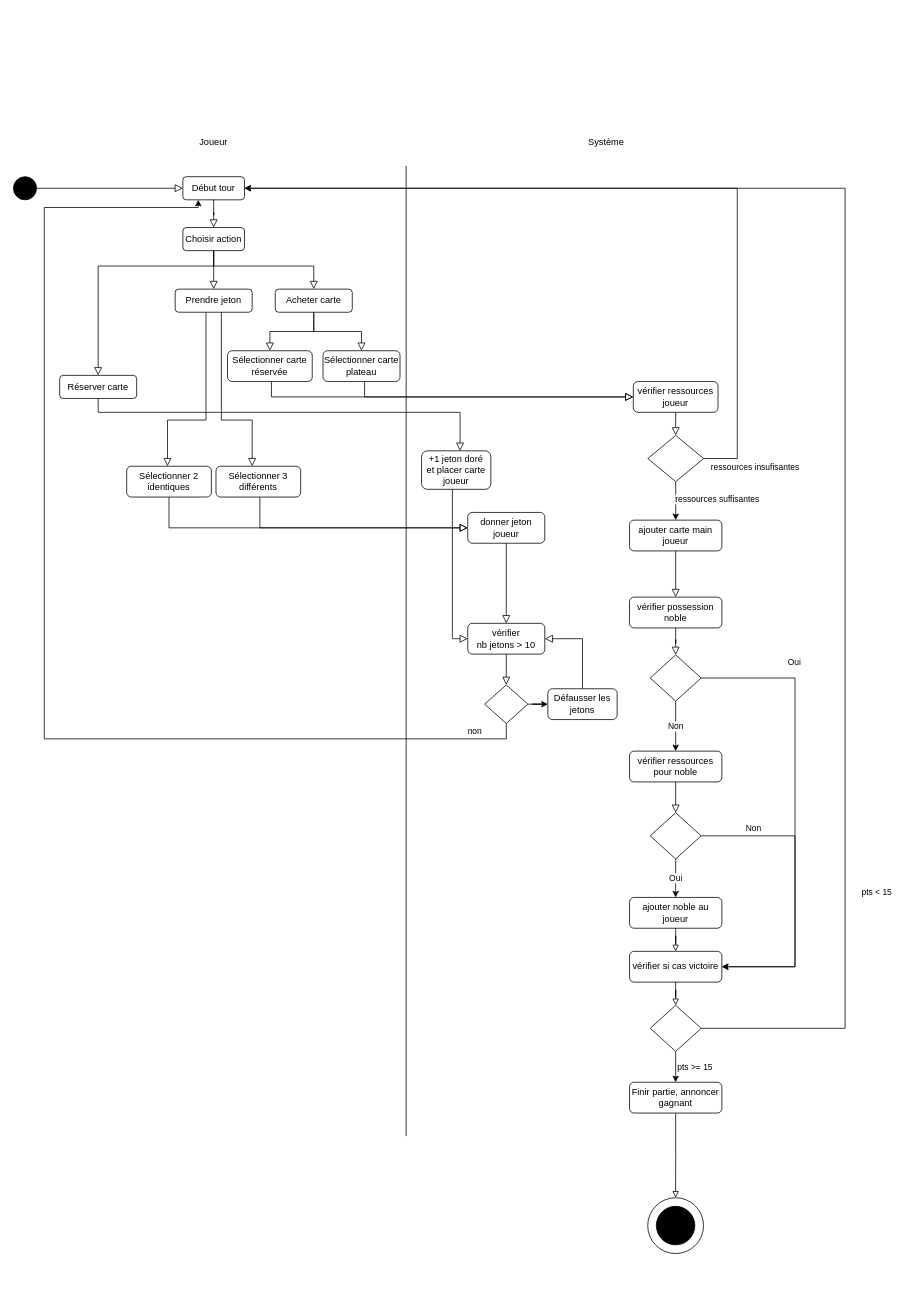
Earlier version of the draw.io diagram Diagrammes/diagramme activité jouer partie.drawio (Igniiis/projet_splendor). Source tidied: cells renumbered, new cells numbered last; positions are measured from the earlier drawing's top-left corner, leaving out a move shared by most shapes. Both pictures are drawn from the tidied source at 77%, with x=0, y=0 at pixel (13, 130).
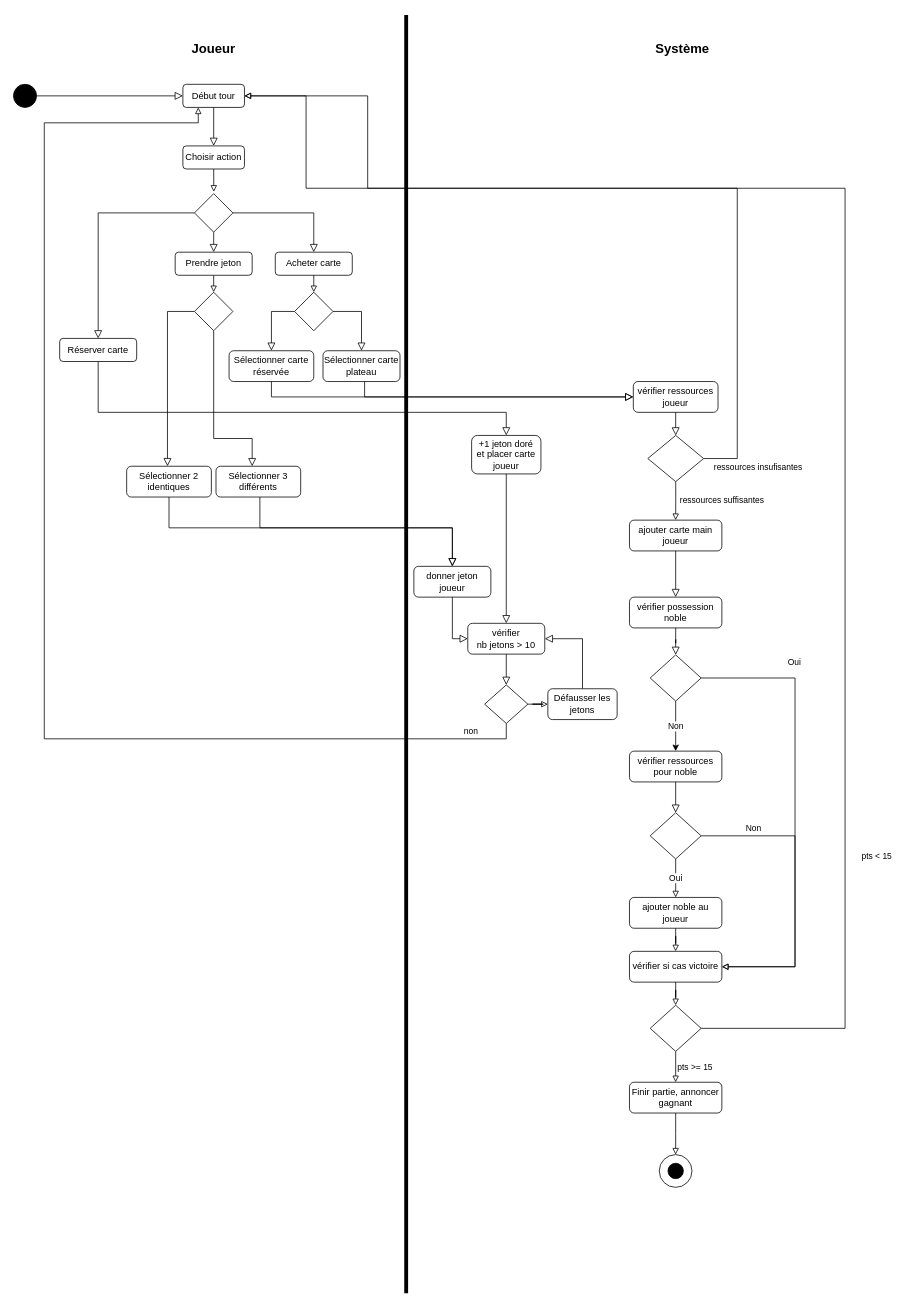
After the change.

Commit message:
Mettre à jour diagramme activité jouer partie.drawio

Unchanged cells that the change refers to:
```xml
<mxCell id="14" value="Sélectionner carte plateau" style="rounded=1;whiteSpace=wrap;html=1;fontSize=12;glass=0;strokeWidth=1;shadow=0;" parent="1" vertex="1">
  <mxGeometry x="402" y="286" width="100" height="40" as="geometry" />
</mxCell>
<mxCell id="24" style="rhombus;whiteSpace=wrap;html=1;shadow=0;fontFamily=Helvetica;fontSize=12;align=center;strokeWidth=1;spacing=6;spacingTop=-4;" parent="1" vertex="1">
  <mxGeometry x="823.8" y="396" width="72.5" height="60" as="geometry" />
</mxCell>
<mxCell id="26" value="ajouter carte main joueur" style="rounded=1;whiteSpace=wrap;html=1;fontSize=12;glass=0;strokeWidth=1;shadow=0;" parent="1" vertex="1">
  <mxGeometry x="800" y="506" width="120" height="40" as="geometry" />
</mxCell>
<mxCell id="31" style="rhombus;whiteSpace=wrap;html=1;shadow=0;fontFamily=Helvetica;fontSize=12;align=center;strokeWidth=1;spacing=6;spacingTop=-4;" parent="1" vertex="1">
  <mxGeometry x="826.9" y="681" width="66.2" height="60" as="geometry" />
</mxCell>
<mxCell id="36" style="rhombus;whiteSpace=wrap;html=1;shadow=0;fontFamily=Helvetica;fontSize=12;align=center;strokeWidth=1;spacing=6;spacingTop=-4;" parent="1" vertex="1">
  <mxGeometry x="826.9" y="886" width="66.2" height="60" as="geometry" />
</mxCell>
<mxCell id="38" value="ajouter noble au joueur" style="rounded=1;whiteSpace=wrap;html=1;fontSize=12;glass=0;strokeWidth=1;shadow=0;" parent="1" vertex="1">
  <mxGeometry x="800" y="996" width="120" height="40" as="geometry" />
</mxCell>
<mxCell id="40" value="vérifier si cas victoire" style="rounded=1;whiteSpace=wrap;html=1;fontSize=12;glass=0;strokeWidth=1;shadow=0;" parent="1" vertex="1">
  <mxGeometry x="800" y="1066" width="120" height="40" as="geometry" />
</mxCell>
<mxCell id="44" style="rhombus;whiteSpace=wrap;html=1;shadow=0;fontFamily=Helvetica;fontSize=12;align=center;strokeWidth=1;spacing=6;spacingTop=-4;" parent="1" vertex="1">
  <mxGeometry x="826.9" y="1136" width="66.2" height="60" as="geometry" />
</mxCell>
<mxCell id="46" value="Finir partie, annoncer gagnant" style="rounded=1;whiteSpace=wrap;html=1;fontSize=12;glass=0;strokeWidth=1;shadow=0;" parent="1" vertex="1">
  <mxGeometry x="800" y="1236" width="120" height="40" as="geometry" />
</mxCell>
<mxCell id="52" value="Sélectionner 2 identiques" style="rounded=1;whiteSpace=wrap;html=1;fontSize=12;glass=0;strokeWidth=1;shadow=0;" parent="1" vertex="1">
  <mxGeometry x="147" y="436" width="110" height="40" as="geometry" />
</mxCell>
<mxCell id="53" value="Sélectionner 3 différents" style="rounded=1;whiteSpace=wrap;html=1;fontSize=12;glass=0;strokeWidth=1;shadow=0;" parent="1" vertex="1">
  <mxGeometry x="263" y="436" width="110" height="40" as="geometry" />
</mxCell>
<mxCell id="55" value="vérifier &lt;br&gt;nb jetons &amp;gt; 10" style="rounded=1;whiteSpace=wrap;html=1;fontSize=12;glass=0;strokeWidth=1;shadow=0;" parent="1" vertex="1">
  <mxGeometry x="590" y="640" width="100" height="40" as="geometry" />
</mxCell>
<mxCell id="60" style="rhombus;whiteSpace=wrap;html=1;shadow=0;fontFamily=Helvetica;fontSize=12;align=center;strokeWidth=1;spacing=6;spacingTop=-4;" parent="1" vertex="1">
  <mxGeometry x="611.9" y="720" width="56.2" height="50" as="geometry" />
</mxCell>
<mxCell id="67" value="Défausser les jetons" style="rounded=1;whiteSpace=wrap;html=1;fontSize=12;glass=0;strokeWidth=1;shadow=0;" parent="1" vertex="1">
  <mxGeometry x="694" y="725" width="90" height="40" as="geometry" />
</mxCell>
```

What changed in the source:
```diff
@@
-    <mxCell id="2" style="rounded=0;html=1;jettySize=auto;fontSize=11;endArrow=block;endFill=0;endSize=8;strokeWidth=1;shadow=0;labelBackgroundColor=none;edgeStyle=orthogonalEdgeStyle;" parent="1" edge="1" source="3" target="4">
+    <mxCell id="2" style="rounded=0;html=1;jettySize=auto;fontSize=11;endArrow=block;endFill=0;endSize=8;strokeWidth=1;shadow=0;labelBackgroundColor=none;edgeStyle=orthogonalEdgeStyle;exitX=1;exitY=0.5;exitDx=0;exitDy=0;" parent="1" edge="1" source="72" target="4">
       <mxGeometry relative="1" as="geometry">
         <Array as="points">
-          <mxPoint x="260" y="176" />
-          <mxPoint x="390" y="176" />
+          <mxPoint x="390" y="107" />
         </Array>
       </mxGeometry>
     </mxCell>
     <mxCell id="3" value="Choisir action" style="rounded=1;whiteSpace=wrap;html=1;fontSize=12;glass=0;strokeWidth=1;shadow=0;" parent="1" vertex="1">
-      <mxGeometry x="220" y="126" width="80" height="30" as="geometry" />
+      <mxGeometry x="220" y="20" width="80" height="30" as="geometry" />
     </mxCell>
     <mxCell id="4" value="Acheter carte" style="rounded=1;whiteSpace=wrap;html=1;fontSize=12;glass=0;strokeWidth=1;shadow=0;" parent="1" vertex="1">
-      <mxGeometry x="340" y="206" width="100" height="30" as="geometry" />
+      <mxGeometry x="340" y="158" width="100" height="30" as="geometry" />
     </mxCell>
     <mxCell id="5" style="ellipse;whiteSpace=wrap;html=1;fillColor=#000000;" parent="1" vertex="1">
-      <mxGeometry y="60" width="30" height="30" as="geometry" />
+      <mxGeometry y="-60" width="30" height="30" as="geometry" />
     </mxCell>
@@
-    <mxCell id="7" value="Joueur" style="text;html=1;strokeColor=none;fillColor=none;align=center;verticalAlign=middle;whiteSpace=wrap;rounded=0;" parent="1" vertex="1">
-      <mxGeometry x="230" width="60" height="30" as="geometry" />
+    <mxCell id="7" value="&lt;font style=&quot;font-size: 17px;&quot;&gt;&lt;b&gt;Joueur&lt;/b&gt;&lt;/font&gt;" style="text;html=1;strokeColor=none;fillColor=none;align=center;verticalAlign=middle;whiteSpace=wrap;rounded=0;" parent="1" vertex="1">
+      <mxGeometry x="230" y="-120" width="60" height="30" as="geometry" />
     </mxCell>
-    <mxCell id="8" value="Système" style="text;html=1;strokeColor=none;fillColor=none;align=center;verticalAlign=middle;whiteSpace=wrap;rounded=0;" parent="1" vertex="1">
-      <mxGeometry x="740" width="60" height="30" as="geometry" />
+    <mxCell id="8" value="&lt;b&gt;&lt;font style=&quot;font-size: 17px;&quot;&gt;Système&lt;/font&gt;&lt;/b&gt;" style="text;html=1;strokeColor=none;fillColor=none;align=center;verticalAlign=middle;whiteSpace=wrap;rounded=0;" parent="1" vertex="1">
+      <mxGeometry x="838.7" y="-120" width="60" height="30" as="geometry" />
     </mxCell>
-    <mxCell id="9" style="endArrow=none;html=1;rounded=0;" parent="1" edge="1">
+    <mxCell id="9" style="endArrow=none;html=1;rounded=0;strokeWidth=5;" parent="1" edge="1">
       <mxGeometry relative="1" as="geometry">
-        <mxPoint x="510" y="1306" as="sourcePoint" />
-        <mxPoint x="510" y="46" as="targetPoint" />
+        <mxPoint x="510" y="1510" as="sourcePoint" />
+        <mxPoint x="510" y="-150" as="targetPoint" />
       </mxGeometry>
     </mxCell>
+    <mxCell id="71" style="edgeStyle=orthogonalEdgeStyle;rounded=0;jettySize=auto;html=1;exitX=0.5;exitY=1;exitDx=0;exitDy=0;entryX=0.5;entryY=0;entryDx=0;entryDy=0;endArrow=block;endFill=0;" parent="1" edge="1" source="10" target="76">
+      <mxGeometry relative="1" as="geometry" />
+    </mxCell>
     <mxCell id="10" value="Prendre jeton" style="rounded=1;whiteSpace=wrap;html=1;fontSize=12;glass=0;strokeWidth=1;shadow=0;" parent="1" vertex="1">
-      <mxGeometry x="210" y="206" width="100" height="30" as="geometry" />
+      <mxGeometry x="210" y="158" width="100" height="30" as="geometry" />
     </mxCell>
-    <mxCell id="11" style="rounded=0;html=1;jettySize=auto;fontSize=11;endArrow=block;endFill=0;endSize=8;strokeWidth=1;shadow=0;labelBackgroundColor=none;edgeStyle=orthogonalEdgeStyle;" parent="1" edge="1" source="3" target="10">
+    <mxCell id="11" style="rounded=0;html=1;jettySize=auto;fontSize=11;endArrow=block;endFill=0;endSize=8;strokeWidth=1;shadow=0;labelBackgroundColor=none;edgeStyle=orthogonalEdgeStyle;" parent="1" edge="1" source="72" target="10">
       <mxGeometry relative="1" as="geometry">
         <Array as="points">
-          <mxPoint x="260" y="166" />
-          <mxPoint x="260" y="166" />
+          <mxPoint x="260" y="118" />
         </Array>
       </mxGeometry>
     </mxCell>
     <mxCell id="12" value="Réserver carte" style="rounded=1;whiteSpace=wrap;html=1;fontSize=12;glass=0;strokeWidth=1;shadow=0;" parent="1" vertex="1">
-      <mxGeometry x="60" y="318" width="100" height="30" as="geometry" />
+      <mxGeometry x="60" y="270" width="100" height="30" as="geometry" />
     </mxCell>
-    <mxCell id="13" style="rounded=0;html=1;jettySize=auto;fontSize=11;endArrow=block;endFill=0;endSize=8;strokeWidth=1;shadow=0;labelBackgroundColor=none;edgeStyle=orthogonalEdgeStyle;" parent="1" edge="1" source="3" target="12">
+    <mxCell id="13" style="rounded=0;html=1;jettySize=auto;fontSize=11;endArrow=block;endFill=0;endSize=8;strokeWidth=1;shadow=0;labelBackgroundColor=none;edgeStyle=orthogonalEdgeStyle;exitX=0;exitY=0.5;exitDx=0;exitDy=0;" parent="1" edge="1" source="72" target="12">
       <mxGeometry relative="1" as="geometry">
         <Array as="points">
-          <mxPoint x="260" y="176" />
-          <mxPoint x="110" y="176" />
+          <mxPoint x="110" y="107" />
         </Array>
       </mxGeometry>
     </mxCell>
@@
-    <mxCell id="15" style="rounded=0;html=1;jettySize=auto;fontSize=11;endArrow=block;endFill=0;endSize=8;strokeWidth=1;shadow=0;labelBackgroundColor=none;edgeStyle=orthogonalEdgeStyle;" parent="1" edge="1" source="4" target="14">
+    <mxCell id="15" style="rounded=0;html=1;jettySize=auto;fontSize=11;endArrow=block;endFill=0;endSize=8;strokeWidth=1;shadow=0;labelBackgroundColor=none;edgeStyle=orthogonalEdgeStyle;exitX=1;exitY=0.5;exitDx=0;exitDy=0;" parent="1" edge="1" source="74" target="14">
       <mxGeometry y="20" relative="1" as="geometry" />
     </mxCell>
     <mxCell id="16" value="Sélectionner carte réservée" style="rounded=1;whiteSpace=wrap;html=1;fontSize=12;glass=0;strokeWidth=1;shadow=0;" parent="1" vertex="1">
-      <mxGeometry x="278" y="286" width="110" height="40" as="geometry" />
+      <mxGeometry x="280" y="286" width="110" height="40" as="geometry" />
     </mxCell>
-    <mxCell id="17" style="rounded=0;html=1;jettySize=auto;fontSize=11;endArrow=block;endFill=0;endSize=8;strokeWidth=1;shadow=0;labelBackgroundColor=none;edgeStyle=orthogonalEdgeStyle;" parent="1" edge="1" source="4" target="16">
-      <mxGeometry y="20" relative="1" as="geometry" />
+    <mxCell id="17" style="rounded=0;html=1;jettySize=auto;fontSize=11;endArrow=block;endFill=0;endSize=8;strokeWidth=1;shadow=0;labelBackgroundColor=none;edgeStyle=orthogonalEdgeStyle;exitX=0;exitY=0.5;exitDx=0;exitDy=0;" parent="1" edge="1" source="74" target="16">
+      <mxGeometry y="20" relative="1" as="geometry">
+        <Array as="points">
+          <mxPoint x="335" y="235" />
+        </Array>
+      </mxGeometry>
     </mxCell>
@@
-    <mxCell id="21" style="edgeStyle=orthogonalEdgeStyle;rounded=0;jettySize=auto;html=1;exitX=1;exitY=0.5;exitDx=0;exitDy=0;" parent="1" edge="1" source="24" target="69">
+    <mxCell id="21" style="edgeStyle=orthogonalEdgeStyle;rounded=0;jettySize=auto;html=1;exitX=1;exitY=0.5;exitDx=0;exitDy=0;endArrow=block;endFill=0;" parent="1" edge="1" source="24" target="69">
       <mxGeometry relative="1" as="geometry">
         <Array as="points">
           <mxPoint x="940" y="426" />
           <mxPoint x="940" y="75" />
+          <mxPoint x="460" y="75" />
+          <mxPoint x="460" y="-45" />
         </Array>
       </mxGeometry>
     </mxCell>
@@
-    <mxCell id="23" value="ressources suffisantes" style="edgeStyle=orthogonalEdgeStyle;rounded=0;jettySize=auto;html=1;exitX=0.5;exitY=1;exitDx=0;exitDy=0;" parent="1" edge="1" source="24" target="26">
-      <mxGeometry x="0.01" y="54" relative="1" as="geometry">
-        <mxPoint y="-2" as="offset" />
-      </mxGeometry>
+    <mxCell id="23" value="ressources suffisantes" style="edgeStyle=orthogonalEdgeStyle;rounded=0;jettySize=auto;html=1;exitX=0.5;exitY=1;exitDx=0;exitDy=0;endArrow=block;endFill=0;" parent="1" edge="1" source="24" target="26">
+      <mxGeometry x="-0.04" y="60" relative="1" as="geometry" />
     </mxCell>
@@
-    <mxCell id="29" value="Oui" style="edgeStyle=orthogonalEdgeStyle;rounded=0;jettySize=auto;html=1;exitX=1;exitY=0.5;exitDx=0;exitDy=0;" parent="1" edge="1" source="31" target="40">
+    <mxCell id="29" value="Oui" style="edgeStyle=orthogonalEdgeStyle;rounded=0;jettySize=auto;html=1;exitX=1;exitY=0.5;exitDx=0;exitDy=0;endArrow=block;endFill=0;" parent="1" edge="1" source="31" target="40">
       <mxGeometry x="-0.59" y="20" relative="1" as="geometry">
         <Array as="points">
           <mxPoint x="1015" y="711" />
           <mxPoint x="1015" y="1086" />
         </Array>
         <mxPoint y="-1" as="offset" />
       </mxGeometry>
     </mxCell>
@@
-    <mxCell id="34" value="Oui" style="edgeStyle=orthogonalEdgeStyle;rounded=0;jettySize=auto;html=1;exitX=0.5;exitY=1;exitDx=0;exitDy=0;" parent="1" edge="1" source="36" target="38">
+    <mxCell id="34" value="Oui" style="edgeStyle=orthogonalEdgeStyle;rounded=0;jettySize=auto;html=1;exitX=0.5;exitY=1;exitDx=0;exitDy=0;endArrow=block;endFill=0;" parent="1" edge="1" source="36" target="38">
       <mxGeometry relative="1" as="geometry" />
     </mxCell>
-    <mxCell id="35" value="Non" style="edgeStyle=orthogonalEdgeStyle;rounded=0;jettySize=auto;html=1;exitX=1;exitY=0.5;exitDx=0;exitDy=0;" parent="1" edge="1" source="36" target="40">
+    <mxCell id="35" value="Non" style="edgeStyle=orthogonalEdgeStyle;rounded=0;jettySize=auto;html=1;exitX=1;exitY=0.5;exitDx=0;exitDy=0;endArrow=block;endFill=0;" parent="1" edge="1" source="36" target="40">
       <mxGeometry x="-0.65" y="10" relative="1" as="geometry">
         <Array as="points">
           <mxPoint x="1015" y="916" />
           <mxPoint x="1015" y="1086" />
         </Array>
       </mxGeometry>
     </mxCell>
@@
-    <mxCell id="41" style="edgeStyle=orthogonalEdgeStyle;rounded=0;jettySize=auto;html=1;exitX=1;exitY=0.5;exitDx=0;exitDy=0;" parent="1" edge="1" source="44" target="69">
+    <mxCell id="41" style="edgeStyle=orthogonalEdgeStyle;rounded=0;jettySize=auto;html=1;exitX=1;exitY=0.5;exitDx=0;exitDy=0;endArrow=block;endFill=0;" parent="1" edge="1" source="44" target="69">
       <mxGeometry relative="1" as="geometry">
         <Array as="points">
           <mxPoint x="1080" y="1166" />
           <mxPoint x="1080" y="75" />
+          <mxPoint x="380" y="75" />
+          <mxPoint x="380" y="-45" />
         </Array>
       </mxGeometry>
     </mxCell>
@@
-    <mxCell id="43" value="pts &amp;gt;= 15" style="edgeStyle=orthogonalEdgeStyle;rounded=0;jettySize=auto;html=1;exitX=0.5;exitY=1;exitDx=0;exitDy=0;" parent="1" edge="1" source="44" target="46">
+    <mxCell id="43" value="pts &amp;gt;= 15" style="edgeStyle=orthogonalEdgeStyle;rounded=0;jettySize=auto;html=1;exitX=0.5;exitY=1;exitDx=0;exitDy=0;endArrow=block;endFill=0;" parent="1" edge="1" source="44" target="46">
       <mxGeometry y="25" relative="1" as="geometry" />
     </mxCell>
@@
-    <mxCell id="47" style="group;" parent="1" vertex="1">
-      <mxGeometry x="823.7" y="1386" width="72.5" height="72.5" as="geometry" />
-    </mxCell>
-    <mxCell id="48" style="ellipse;whiteSpace=wrap;html=1;fillColor=#000000;" parent="47" vertex="1">
-      <mxGeometry x="11.2" y="11.2" width="50" height="50" as="geometry" />
-    </mxCell>
-    <mxCell id="49" style="ellipse;whiteSpace=wrap;html=1;fillColor=none;" parent="47" vertex="1">
-      <mxGeometry width="72.5" height="72.5" as="geometry" />
-    </mxCell>
@@
-    <mxCell id="51" style="rounded=0;html=1;jettySize=auto;fontSize=11;endArrow=block;endFill=0;endSize=8;strokeWidth=1;shadow=0;labelBackgroundColor=none;edgeStyle=orthogonalEdgeStyle;" parent="1" edge="1" source="10" target="52">
+    <mxCell id="51" style="rounded=0;html=1;jettySize=auto;fontSize=11;endArrow=block;endFill=0;endSize=8;strokeWidth=1;shadow=0;labelBackgroundColor=none;edgeStyle=orthogonalEdgeStyle;exitX=0;exitY=0.5;exitDx=0;exitDy=0;" parent="1" edge="1" source="76" target="52">
       <mxGeometry y="20" relative="1" as="geometry">
         <Array as="points">
-          <mxPoint x="250" y="376" />
-          <mxPoint x="200" y="376" />
+          <mxPoint x="200" y="235" />
         </Array>
       </mxGeometry>
     </mxCell>
@@
-    <mxCell id="54" style="rounded=0;html=1;jettySize=auto;fontSize=11;endArrow=block;endFill=0;endSize=8;strokeWidth=1;shadow=0;labelBackgroundColor=none;edgeStyle=orthogonalEdgeStyle;" parent="1" edge="1" source="10" target="53">
+    <mxCell id="54" style="rounded=0;html=1;jettySize=auto;fontSize=11;endArrow=block;endFill=0;endSize=8;strokeWidth=1;shadow=0;labelBackgroundColor=none;edgeStyle=orthogonalEdgeStyle;exitX=0.5;exitY=1;exitDx=0;exitDy=0;" parent="1" edge="1" source="76" target="53">
       <mxGeometry y="20" relative="1" as="geometry">
         <Array as="points">
-          <mxPoint x="270" y="376" />
-          <mxPoint x="310" y="376" />
+          <mxPoint x="260" y="400" />
+          <mxPoint x="310" y="400" />
         </Array>
       </mxGeometry>
     </mxCell>
@@
-    <mxCell id="58" value="non" style="edgeStyle=orthogonalEdgeStyle;rounded=0;jettySize=auto;html=1;exitX=0.5;exitY=1;exitDx=0;exitDy=0;entryX=0.25;entryY=1;entryDx=0;entryDy=0;" parent="1" edge="1" source="60" target="69">
+    <mxCell id="58" value="non" style="edgeStyle=orthogonalEdgeStyle;rounded=0;jettySize=auto;html=1;exitX=0.5;exitY=1;exitDx=0;exitDy=0;entryX=0.25;entryY=1;entryDx=0;entryDy=0;endArrow=block;endFill=0;" parent="1" edge="1" source="60" target="69">
       <mxGeometry x="-0.92" y="-10" relative="1" as="geometry">
         <Array as="points">
           <mxPoint x="640" y="790" />
           <mxPoint x="40" y="790" />
-          <mxPoint x="40" y="100" />
-          <mxPoint x="240" y="100" />
+          <mxPoint x="40" y="-10" />
+          <mxPoint x="240" y="-10" />
         </Array>
       </mxGeometry>
     </mxCell>
-    <mxCell id="59" style="edgeStyle=orthogonalEdgeStyle;rounded=0;jettySize=auto;html=1;exitX=1;exitY=0.5;exitDx=0;exitDy=0;" parent="1" edge="1" source="60" target="67">
+    <mxCell id="59" style="edgeStyle=orthogonalEdgeStyle;rounded=0;jettySize=auto;html=1;exitX=1;exitY=0.5;exitDx=0;exitDy=0;endArrow=block;endFill=0;" parent="1" edge="1" source="60" target="67">
       <mxGeometry relative="1" as="geometry" />
     </mxCell>
@@
-    <mxCell id="63" style="rounded=0;html=1;jettySize=auto;fontSize=11;endArrow=block;endFill=0;endSize=8;strokeWidth=1;shadow=0;labelBackgroundColor=none;edgeStyle=orthogonalEdgeStyle;" parent="1" edge="1" source="12" target="64">
+    <mxCell id="63" style="rounded=0;html=1;jettySize=auto;fontSize=11;endArrow=block;endFill=0;endSize=8;strokeWidth=1;shadow=0;labelBackgroundColor=none;edgeStyle=orthogonalEdgeStyle;entryX=0.5;entryY=0;entryDx=0;entryDy=0;" parent="1" edge="1" source="12" target="64">
       <mxGeometry y="20" relative="1" as="geometry">
         <Array as="points">
           <mxPoint x="110" y="366" />
-          <mxPoint x="580" y="366" />
+          <mxPoint x="640" y="366" />
         </Array>
       </mxGeometry>
     </mxCell>
     <mxCell id="64" value="+1 jeton doré&lt;br&gt;et placer carte joueur" style="rounded=1;whiteSpace=wrap;html=1;fontSize=12;glass=0;strokeWidth=1;shadow=0;" parent="1" vertex="1">
-      <mxGeometry x="530" y="416" width="90" height="50" as="geometry" />
+      <mxGeometry x="595" y="396" width="90" height="50" as="geometry" />
     </mxCell>
     <mxCell id="65" value="donner jeton joueur" style="rounded=1;whiteSpace=wrap;html=1;fontSize=12;glass=0;strokeWidth=1;shadow=0;" parent="1" vertex="1">
-      <mxGeometry x="590" y="496" width="100" height="40" as="geometry" />
+      <mxGeometry x="520" y="566" width="100" height="40" as="geometry" />
     </mxCell>
-    <mxCell id="66" style="rounded=0;html=1;jettySize=auto;fontSize=11;endArrow=block;endFill=0;endSize=8;strokeWidth=1;shadow=0;labelBackgroundColor=none;edgeStyle=orthogonalEdgeStyle;" parent="1" edge="1" source="65" target="55">
-      <mxGeometry y="20" relative="1" as="geometry">
-        <Array as="points">
-          <mxPoint x="640" y="526" />
-        </Array>
-      </mxGeometry>
+    <mxCell id="66" style="rounded=0;html=1;jettySize=auto;fontSize=11;endArrow=block;endFill=0;endSize=8;strokeWidth=1;shadow=0;labelBackgroundColor=none;edgeStyle=orthogonalEdgeStyle;entryX=0;entryY=0.5;entryDx=0;entryDy=0;" parent="1" edge="1" source="65" target="55">
+      <mxGeometry y="20" relative="1" as="geometry" />
     </mxCell>
@@
-    <mxCell id="68" style="rounded=0;html=1;jettySize=auto;fontSize=11;endArrow=block;endFill=0;endSize=8;strokeWidth=1;shadow=0;labelBackgroundColor=none;edgeStyle=orthogonalEdgeStyle;" parent="1" edge="1" source="64" target="55">
+    <mxCell id="68" style="rounded=0;html=1;jettySize=auto;fontSize=11;endArrow=block;endFill=0;endSize=8;strokeWidth=1;shadow=0;labelBackgroundColor=none;edgeStyle=orthogonalEdgeStyle;entryX=0.5;entryY=0;entryDx=0;entryDy=0;" parent="1" edge="1" source="64" target="55">
       <mxGeometry y="20" relative="1" as="geometry">
         <Array as="points">
-          <mxPoint x="570" y="660" />
+          <mxPoint x="640" y="441" />
         </Array>
       </mxGeometry>
     </mxCell>
     <mxCell id="69" value="Début tour" style="rounded=1;whiteSpace=wrap;html=1;fontSize=12;glass=0;strokeWidth=1;shadow=0;" parent="1" vertex="1">
-      <mxGeometry x="220" y="60" width="80" height="30" as="geometry" />
+      <mxGeometry x="220" y="-60" width="80" height="30" as="geometry" />
     </mxCell>
@@
+    <mxCell id="72" style="rhombus;whiteSpace=wrap;html=1;" parent="1" vertex="1">
+      <mxGeometry x="235" y="82" width="50" height="50" as="geometry" />
+    </mxCell>
+    <mxCell id="73" style="edgeStyle=orthogonalEdgeStyle;rounded=0;jettySize=auto;html=1;exitX=0.5;exitY=1;exitDx=0;exitDy=0;entryX=0.504;entryY=-0.048;entryDx=0;entryDy=0;entryPerimeter=0;endArrow=block;endFill=0;" parent="1" edge="1" source="3" target="72">
+      <mxGeometry relative="1" as="geometry" />
+    </mxCell>
+    <mxCell id="74" style="rhombus;whiteSpace=wrap;html=1;" parent="1" vertex="1">
+      <mxGeometry x="365" y="210" width="50" height="50" as="geometry" />
+    </mxCell>
+    <mxCell id="75" style="edgeStyle=orthogonalEdgeStyle;rounded=0;jettySize=auto;html=1;exitX=0.5;exitY=1;exitDx=0;exitDy=0;entryX=0.5;entryY=0;entryDx=0;entryDy=0;endArrow=block;endFill=0;" parent="1" edge="1" source="4" target="74">
+      <mxGeometry relative="1" as="geometry" />
+    </mxCell>
+    <mxCell id="76" style="rhombus;whiteSpace=wrap;html=1;" parent="1" vertex="1">
+      <mxGeometry x="235" y="210" width="50" height="50" as="geometry" />
+    </mxCell>
+    <mxCell id="49" style="ellipse;whiteSpace=wrap;html=1;fillColor=none;" parent="1" vertex="1">
+      <mxGeometry x="838.7" y="1330" width="42.5" height="42.5" as="geometry" />
+    </mxCell>
+    <mxCell id="77" style="ellipse;whiteSpace=wrap;html=1;fillColor=#000000;" parent="1" vertex="1">
+      <mxGeometry x="850" y="1341.2" width="20" height="20" as="geometry" />
+    </mxCell>
```
